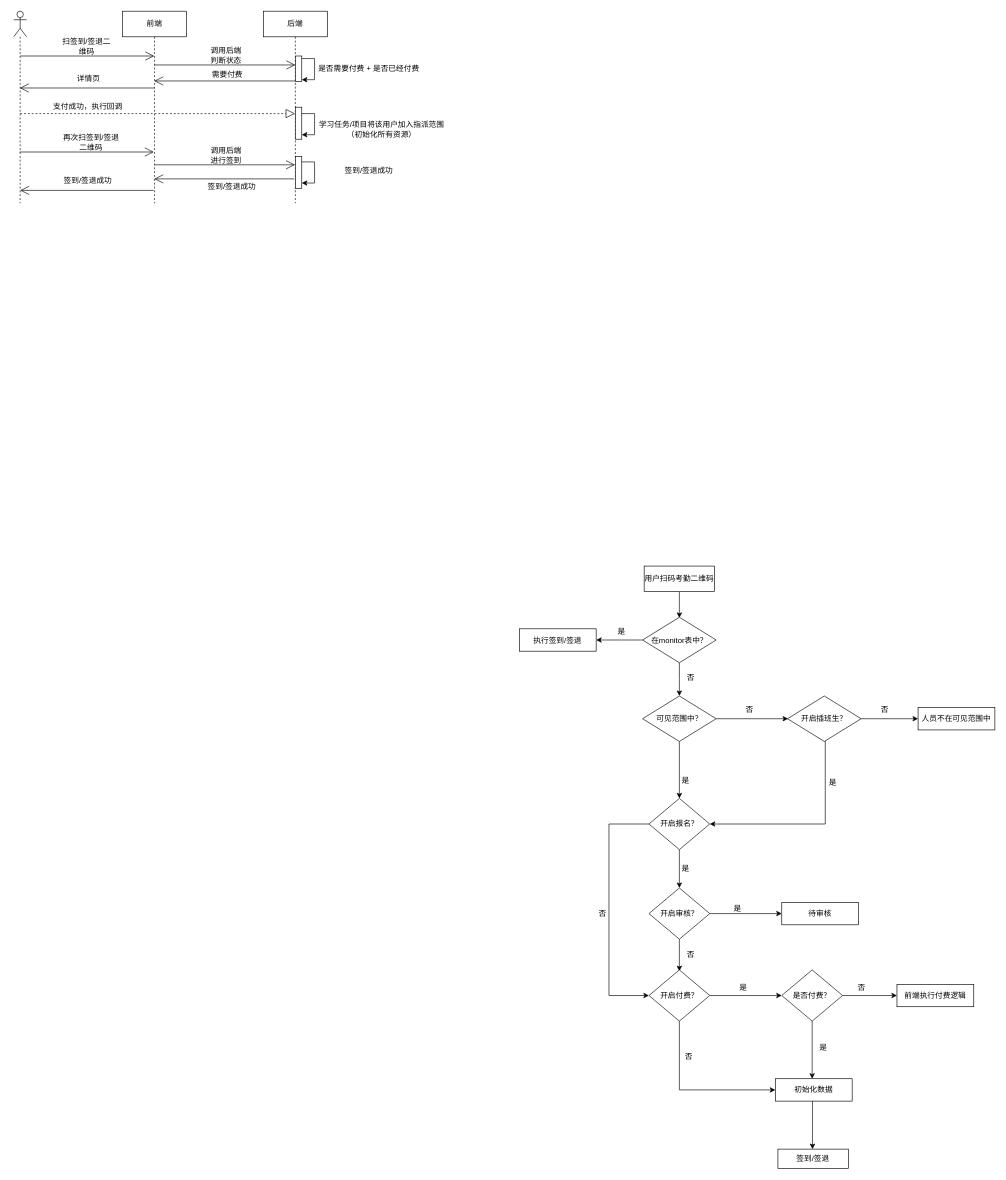
Before: 插班生需求.drawio in oceanbai/imageUrl, a draw.io diagram. Source tidied: cells renumbered, new cells numbered last; positions are measured from the earlier drawing's top-left corner, leaving out a move shared by most shapes. Both pictures are drawn from the tidied source at 64%, with x=0, y=0 at pixel (13, 11).
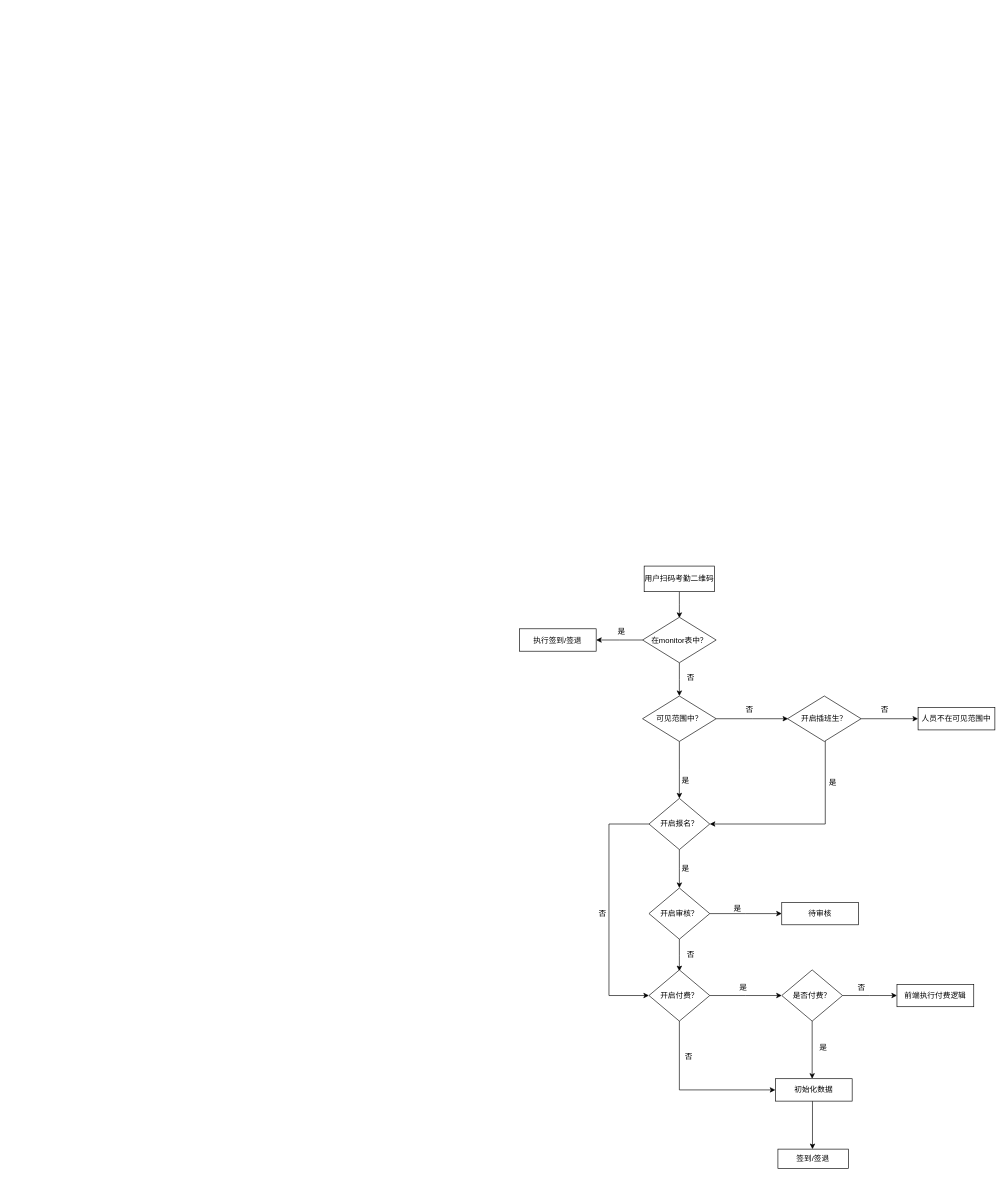
The same page after the edit.

Commit message (it also covers changes not shown here):
更新插班生需求.drawio

What changed in the source:
```diff
@@
-    <mxCell id="2" style="shape=umlLifeline;participant=umlActor;perimeter=lifelinePerimeter;whiteSpace=wrap;html=1;verticalAlign=top;spacingTop=36;outlineConnect=0;" parent="1" vertex="1">
-      <mxGeometry width="20" height="300" as="geometry" />
-    </mxCell>
-    <mxCell id="3" style="endArrow=block;dashed=1;endFill=0;endSize=12;html=1;rounded=0;" parent="2" edge="1" target="8">
-      <mxGeometry relative="1" as="geometry">
-        <mxPoint x="10" y="160" as="sourcePoint" />
-      </mxGeometry>
-    </mxCell>
-    <mxCell id="4" style="endArrow=open;endFill=1;endSize=12;html=1;rounded=0;" parent="2" edge="1" target="6">
-      <mxGeometry relative="1" as="geometry">
-        <mxPoint x="10" y="70" as="sourcePoint" />
-      </mxGeometry>
-    </mxCell>
-    <mxCell id="5" value="扫签到/签退二维码" style="text;html=1;strokeColor=none;fillColor=none;align=center;verticalAlign=middle;whiteSpace=wrap;rounded=0;" parent="1" vertex="1">
-      <mxGeometry x="74" y="40" width="80" height="30" as="geometry" />
-    </mxCell>
-    <mxCell id="6" value="前端" style="shape=umlLifeline;perimeter=lifelinePerimeter;whiteSpace=wrap;html=1;outlineConnect=0;" parent="1" vertex="1">
-      <mxGeometry x="170" width="100" height="300" as="geometry" />
-    </mxCell>
-    <mxCell id="7" style="endArrow=open;endFill=1;endSize=12;html=1;rounded=0;" parent="6" edge="1">
-      <mxGeometry relative="1" as="geometry">
-        <mxPoint x="50" y="240" as="sourcePoint" />
-        <mxPoint x="269.5" y="240" as="targetPoint" />
-      </mxGeometry>
-    </mxCell>
-    <mxCell id="8" value="后端" style="shape=umlLifeline;perimeter=lifelinePerimeter;whiteSpace=wrap;html=1;outlineConnect=0;" parent="1" vertex="1">
-      <mxGeometry x="390" width="100" height="300" as="geometry" />
-    </mxCell>
-    <mxCell id="9" style="html=1;perimeter=orthogonalPerimeter;" parent="8" vertex="1">
-      <mxGeometry x="50" y="150" width="10" height="50" as="geometry" />
-    </mxCell>
-    <mxCell id="10" style="edgeStyle=orthogonalEdgeStyle;rounded=0;orthogonalLoop=1;jettySize=auto;html=1;entryX=1;entryY=0.925;entryDx=0;entryDy=0;entryPerimeter=0;" parent="8" edge="1">
-      <mxGeometry relative="1" as="geometry">
-        <mxPoint x="60" y="160" as="sourcePoint" />
-        <mxPoint x="60" y="193" as="targetPoint" />
-        <Array as="points">
-          <mxPoint x="80" y="160" />
-          <mxPoint x="80" y="193" />
-        </Array>
-      </mxGeometry>
-    </mxCell>
-    <mxCell id="11" style="html=1;points=[];perimeter=orthogonalPerimeter;" parent="8" vertex="1">
-      <mxGeometry x="50" y="227" width="10" height="50" as="geometry" />
-    </mxCell>
-    <mxCell id="12" style="edgeStyle=orthogonalEdgeStyle;rounded=0;orthogonalLoop=1;jettySize=auto;html=1;entryX=1;entryY=0.925;entryDx=0;entryDy=0;entryPerimeter=0;" parent="8" edge="1">
-      <mxGeometry relative="1" as="geometry">
-        <mxPoint x="60" y="235.5" as="sourcePoint" />
-        <mxPoint x="60" y="268.5" as="targetPoint" />
-        <Array as="points">
-          <mxPoint x="80" y="235.5" />
-          <mxPoint x="80" y="268.5" />
-        </Array>
-      </mxGeometry>
-    </mxCell>
-    <mxCell id="13" value="是否需要付费 + 是否已经付费" style="text;html=1;strokeColor=none;fillColor=none;align=center;verticalAlign=middle;whiteSpace=wrap;rounded=0;" parent="1" vertex="1">
-      <mxGeometry x="470" y="80" width="170" height="20" as="geometry" />
-    </mxCell>
-    <mxCell id="14" style="endArrow=open;endFill=1;endSize=12;html=1;rounded=0;" parent="1" edge="1" target="2">
-      <mxGeometry relative="1" as="geometry">
-        <mxPoint x="220" y="120" as="sourcePoint" />
-        <Array as="points">
-          <mxPoint x="100" y="120" />
-        </Array>
-      </mxGeometry>
-    </mxCell>
-    <mxCell id="15" value="详情页" style="text;html=1;strokeColor=none;fillColor=none;align=center;verticalAlign=middle;whiteSpace=wrap;rounded=0;" parent="1" vertex="1">
-      <mxGeometry x="80" y="91.5" width="74" height="27" as="geometry" />
-    </mxCell>
-    <mxCell id="16" value="支付成功，执行回调" style="text;html=1;strokeColor=none;fillColor=none;align=center;verticalAlign=middle;whiteSpace=wrap;rounded=0;" parent="1" vertex="1">
-      <mxGeometry x="49" y="140" width="134" height="20" as="geometry" />
-    </mxCell>
-    <mxCell id="17" value="学习任务/项目将该用户加入指派范围（初始化所有资源）" style="text;html=1;strokeColor=none;fillColor=none;align=center;verticalAlign=middle;whiteSpace=wrap;rounded=0;" parent="1" vertex="1">
-      <mxGeometry x="470" y="170" width="210" height="30" as="geometry" />
-    </mxCell>
-    <mxCell id="18" style="endArrow=open;endFill=1;endSize=12;html=1;rounded=0;" parent="1" edge="1">
-      <mxGeometry relative="1" as="geometry">
-        <mxPoint x="9.2" y="220" as="sourcePoint" />
-        <mxPoint x="218.8" y="220" as="targetPoint" />
-      </mxGeometry>
-    </mxCell>
-    <mxCell id="19" value="再次扫签到/签退&lt;br&gt;二维码" style="text;html=1;strokeColor=none;fillColor=none;align=center;verticalAlign=middle;whiteSpace=wrap;rounded=0;" parent="1" vertex="1">
-      <mxGeometry x="73" y="190" width="96" height="30" as="geometry" />
-    </mxCell>
-    <mxCell id="20" style="html=1;points=[];perimeter=orthogonalPerimeter;" parent="1" vertex="1">
-      <mxGeometry x="440" y="70" width="10" height="40" as="geometry" />
-    </mxCell>
-    <mxCell id="21" style="edgeStyle=orthogonalEdgeStyle;rounded=0;orthogonalLoop=1;jettySize=auto;html=1;entryX=1;entryY=0.925;entryDx=0;entryDy=0;entryPerimeter=0;" parent="1" edge="1" source="20" target="20">
-      <mxGeometry relative="1" as="geometry">
-        <Array as="points">
-          <mxPoint x="470" y="74" />
-          <mxPoint x="470" y="107" />
-        </Array>
-      </mxGeometry>
-    </mxCell>
-    <mxCell id="22" value="调用后端判断状态" style="text;html=1;strokeColor=none;fillColor=none;align=center;verticalAlign=middle;whiteSpace=wrap;rounded=0;" parent="1" vertex="1">
-      <mxGeometry x="302" y="54" width="60" height="30" as="geometry" />
-    </mxCell>
-    <mxCell id="23" value="需要付费" style="text;html=1;strokeColor=none;fillColor=none;align=center;verticalAlign=middle;whiteSpace=wrap;rounded=0;" parent="1" vertex="1">
-      <mxGeometry x="304" y="85" width="60" height="30" as="geometry" />
-    </mxCell>
-    <mxCell id="24" style="endArrow=open;endFill=1;endSize=12;html=1;rounded=0;exitX=0.5;exitY=0.4;exitDx=0;exitDy=0;exitPerimeter=0;" parent="1" edge="1">
-      <mxGeometry relative="1" as="geometry">
-        <mxPoint x="440" y="109" as="sourcePoint" />
-        <mxPoint x="219.5" y="109" as="targetPoint" />
-      </mxGeometry>
-    </mxCell>
-    <mxCell id="25" style="endArrow=open;endFill=1;endSize=12;html=1;rounded=0;entryX=0;entryY=0.025;entryDx=0;entryDy=0;entryPerimeter=0;" parent="1" edge="1">
-      <mxGeometry relative="1" as="geometry">
-        <mxPoint x="219.5" y="84" as="sourcePoint" />
-        <mxPoint x="440" y="84" as="targetPoint" />
-      </mxGeometry>
-    </mxCell>
-    <mxCell id="26" value="调用后端进行签到" style="text;html=1;strokeColor=none;fillColor=none;align=center;verticalAlign=middle;whiteSpace=wrap;rounded=0;" parent="1" vertex="1">
-      <mxGeometry x="302" y="210" width="60" height="30" as="geometry" />
-    </mxCell>
-    <mxCell id="27" value="签到/签退成功" style="text;html=1;strokeColor=none;fillColor=none;align=center;verticalAlign=middle;whiteSpace=wrap;rounded=0;" parent="1" vertex="1">
-      <mxGeometry x="470" y="240" width="170" height="20" as="geometry" />
-    </mxCell>
-    <mxCell id="28" style="endArrow=open;endFill=1;endSize=12;html=1;rounded=0;exitX=-0.2;exitY=0.7;exitDx=0;exitDy=0;exitPerimeter=0;" parent="1" edge="1" source="11" target="6">
-      <mxGeometry relative="1" as="geometry" />
-    </mxCell>
-    <mxCell id="29" style="endArrow=open;endFill=1;endSize=12;html=1;rounded=0;exitX=-0.2;exitY=0.7;exitDx=0;exitDy=0;exitPerimeter=0;" parent="1" edge="1">
-      <mxGeometry relative="1" as="geometry">
-        <mxPoint x="218.5" y="280" as="sourcePoint" />
-        <mxPoint x="10" y="280" as="targetPoint" />
-      </mxGeometry>
-    </mxCell>
-    <mxCell id="30" value="签到/签退成功" style="text;html=1;strokeColor=none;fillColor=none;align=center;verticalAlign=middle;whiteSpace=wrap;rounded=0;" parent="1" vertex="1">
-      <mxGeometry x="68" y="250" width="96" height="30" as="geometry" />
-    </mxCell>
-    <mxCell id="31" value="签到/签退成功" style="text;html=1;strokeColor=none;fillColor=none;align=center;verticalAlign=middle;whiteSpace=wrap;rounded=0;" parent="1" vertex="1">
-      <mxGeometry x="293" y="260" width="96" height="30" as="geometry" />
-    </mxCell>
```
